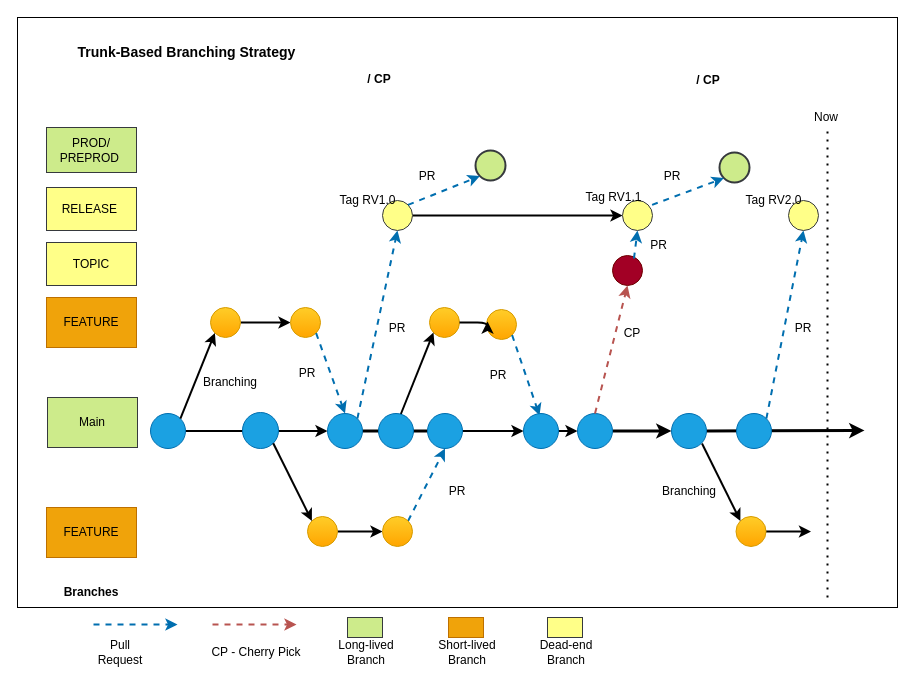
Above: trunk-base.drawio in jijeeshme/diagrams (draw.io), before the change. Source tidied: cells renumbered, new cells numbered last; positions are measured from the earlier drawing's top-left corner, leaving out a move shared by most shapes. Both pictures are drawn from the tidied source at 100%, with x=0, y=0 at pixel (17, 17).
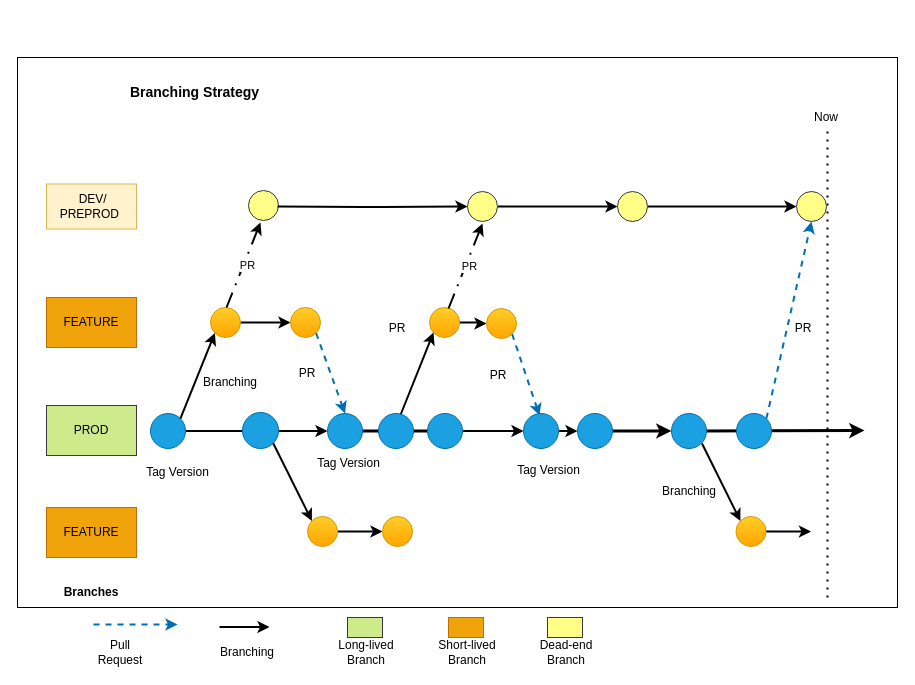
After the change.

The change refers to these unchanged cells:
```xml
<mxCell id="18" style="ellipse;whiteSpace=wrap;html=1;fillColor=#1ba1e2;fontColor=#ffffff;strokeColor=#006EAF;rounded=1;" parent="1" vertex="1">
  <mxGeometry x="410" y="396" width="35" height="35" as="geometry" />
</mxCell>
<mxCell id="22" style="ellipse;whiteSpace=wrap;html=1;fillColor=#1ba1e2;fontColor=#ffffff;strokeColor=#006EAF;rounded=1;" parent="1" vertex="1">
  <mxGeometry x="560" y="396" width="35" height="35" as="geometry" />
</mxCell>
<mxCell id="29" style="ellipse;whiteSpace=wrap;html=1;fillColor=#1ba1e2;fontColor=#ffffff;strokeColor=#006EAF;rounded=1;" parent="1" vertex="1">
  <mxGeometry x="310" y="396" width="35" height="35" as="geometry" />
</mxCell>
<mxCell id="41" style="ellipse;whiteSpace=wrap;html=1;fillColor=#ffcd28;strokeColor=#d79b00;gradientColor=#ffa500;rounded=1;" parent="1" vertex="1">
  <mxGeometry x="365" y="499" width="30" height="30" as="geometry" />
</mxCell>
<mxCell id="58" style="ellipse;whiteSpace=wrap;html=1;fillColor=#ffcd28;strokeColor=#d79b00;gradientColor=#ffa500;rounded=1;" parent="1" vertex="1">
  <mxGeometry x="412" y="290" width="30" height="30" as="geometry" />
</mxCell>
```

Diff of the diagram source:
```diff
@@
     <mxCell id="2" style="rounded=0;whiteSpace=wrap;html=1;fillColor=none;" parent="1" vertex="1">
-      <mxGeometry width="880" height="590" as="geometry" />
+      <mxGeometry y="40" width="880" height="550" as="geometry" />
     </mxCell>
@@
-    <mxCell id="7" value="Main" style="text;html=1;strokeColor=#36393d;fillColor=#cdeb8b;align=center;verticalAlign=middle;whiteSpace=wrap;rounded=0;" parent="1" vertex="1">
-      <mxGeometry x="30" y="380" width="90" height="50" as="geometry" />
+    <mxCell id="7" value="PROD" style="text;html=1;strokeColor=#36393d;fillColor=#cdeb8b;align=center;verticalAlign=middle;whiteSpace=wrap;rounded=0;" parent="1" vertex="1">
+      <mxGeometry x="29" y="388" width="90" height="50" as="geometry" />
     </mxCell>
@@
     <mxCell id="13" style="ellipse;whiteSpace=wrap;html=1;fillColor=#ffff88;strokeColor=#36393d;rounded=1;" parent="1" vertex="1">
-      <mxGeometry x="365" y="183" width="30" height="30" as="geometry" />
+      <mxGeometry x="450" y="174" width="30" height="30" as="geometry" />
     </mxCell>
@@
-    <mxCell id="15" value="RELEASE&amp;nbsp;" style="text;html=1;strokeColor=#36393d;fillColor=#ffff88;align=center;verticalAlign=middle;whiteSpace=wrap;rounded=0;" parent="1" vertex="1">
-      <mxGeometry x="29" y="170" width="90" height="43" as="geometry" />
-    </mxCell>
@@
-    <mxCell id="19" style="ellipse;whiteSpace=wrap;html=1;fillColor=#cdeb8b;strokeColor=#36393d;strokeWidth=2;rounded=1;" parent="1" vertex="1">
-      <mxGeometry x="458" y="133" width="30" height="30" as="geometry" />
-    </mxCell>
-    <mxCell id="20" value="PR" style="text;html=1;strokeColor=none;fillColor=none;align=center;verticalAlign=middle;whiteSpace=wrap;rounded=1;" parent="1" vertex="1">
-      <mxGeometry x="380" y="144" width="60" height="30" as="geometry" />
-    </mxCell>
@@
+    <mxCell id="85" style="edgeStyle=orthogonalEdgeStyle;rounded=0;jettySize=auto;html=1;strokeWidth=2;" parent="1" edge="1" source="23" target="67">
+      <mxGeometry relative="1" as="geometry" />
+    </mxCell>
     <mxCell id="23" style="ellipse;whiteSpace=wrap;html=1;fillColor=#ffff88;strokeColor=#36393d;rounded=1;" parent="1" vertex="1">
-      <mxGeometry x="605" y="183" width="30" height="30" as="geometry" />
+      <mxGeometry x="600" y="174" width="30" height="30" as="geometry" />
     </mxCell>
-    <mxCell id="24" style="endArrow=classic;html=1;rounded=1;exitX=0.5;exitY=0;exitDx=0;exitDy=0;strokeWidth=2;fillColor=#f8cecc;strokeColor=#b85450;dashed=1;entryX=0.5;entryY=1;entryDx=0;entryDy=0;" parent="1" edge="1" source="22" target="80">
-      <mxGeometry relative="1" as="geometry" />
-    </mxCell>
@@
-    <mxCell id="28" value="CP" style="text;html=1;strokeColor=none;fillColor=none;align=center;verticalAlign=middle;whiteSpace=wrap;rounded=1;" parent="1" vertex="1">
-      <mxGeometry x="600" y="301" width="30" height="30" as="geometry" />
-    </mxCell>
@@
-    <mxCell id="31" style="endArrow=classic;html=1;rounded=1;exitX=1;exitY=0;exitDx=0;exitDy=0;entryX=0.5;entryY=1;entryDx=0;entryDy=0;fillColor=#f8cecc;strokeColor=#006EAF;dashed=1;strokeWidth=2;" parent="1" edge="1" source="29" target="13">
-      <mxGeometry relative="1" as="geometry" />
-    </mxCell>
@@
-    <mxCell id="34" value="PROD/ PREPROD&amp;nbsp;" style="text;html=1;strokeColor=#36393d;fillColor=#cdeb8b;align=center;verticalAlign=middle;whiteSpace=wrap;rounded=0;" parent="1" vertex="1">
-      <mxGeometry x="29" y="110" width="90" height="45" as="geometry" />
-    </mxCell>
-    <mxCell id="35" style="endArrow=classic;html=1;rounded=1;entryX=0;entryY=1;entryDx=0;entryDy=0;exitX=1;exitY=0;exitDx=0;exitDy=0;dashed=1;fillColor=#1ba1e2;strokeColor=#006EAF;strokeWidth=2;" parent="1" edge="1" source="13" target="19">
-      <mxGeometry relative="1" as="geometry" />
-    </mxCell>
@@
-    <mxCell id="40" style="rounded=1;jettySize=auto;html=1;exitX=1;exitY=0;exitDx=0;exitDy=0;entryX=0.5;entryY=1;entryDx=0;entryDy=0;strokeWidth=2;dashed=1;fillColor=#1ba1e2;strokeColor=#006EAF;" parent="1" edge="1" source="41" target="18">
-      <mxGeometry relative="1" as="geometry" />
-    </mxCell>
@@
-    <mxCell id="42" value="PR" style="text;html=1;strokeColor=none;fillColor=none;align=center;verticalAlign=middle;whiteSpace=wrap;rounded=1;" parent="1" vertex="1">
-      <mxGeometry x="410" y="459" width="60" height="30" as="geometry" />
-    </mxCell>
-    <mxCell id="43" style="ellipse;whiteSpace=wrap;html=1;fillColor=#cdeb8b;strokeColor=#36393d;strokeWidth=2;rounded=1;" parent="1" vertex="1">
-      <mxGeometry x="702" y="135" width="30" height="30" as="geometry" />
-    </mxCell>
-    <mxCell id="44" value="PR" style="text;html=1;strokeColor=none;fillColor=none;align=center;verticalAlign=middle;whiteSpace=wrap;rounded=1;" parent="1" vertex="1">
-      <mxGeometry x="625" y="144" width="60" height="30" as="geometry" />
-    </mxCell>
-    <mxCell id="45" style="endArrow=classic;html=1;rounded=1;entryX=0;entryY=1;entryDx=0;entryDy=0;dashed=1;fillColor=#1ba1e2;strokeColor=#006EAF;strokeWidth=2;exitX=1;exitY=0;exitDx=0;exitDy=0;" parent="1" edge="1" target="43">
-      <mxGeometry relative="1" as="geometry">
-        <mxPoint x="634.6" y="187.4" as="sourcePoint" />
-      </mxGeometry>
-    </mxCell>
@@
-    <mxCell id="51" value="&lt;font style=&quot;font-size: 14px;&quot;&gt;&lt;b&gt;Trunk-Based Branching Strategy&lt;/b&gt;&lt;/font&gt;" style="text;html=1;strokeColor=none;fillColor=none;align=center;verticalAlign=middle;whiteSpace=wrap;rounded=1;" parent="1" vertex="1">
-      <mxGeometry x="36" y="20" width="267" height="30" as="geometry" />
+    <mxCell id="51" value="&lt;font style=&quot;font-size: 14px;&quot;&gt;&lt;b&gt;Branching Strategy&lt;/b&gt;&lt;/font&gt;" style="text;html=1;strokeColor=none;fillColor=none;align=center;verticalAlign=middle;whiteSpace=wrap;rounded=1;" parent="1" vertex="1">
+      <mxGeometry x="44" y="60" width="267" height="30" as="geometry" />
     </mxCell>
@@
-    <mxCell id="54" style="endArrow=classic;html=1;rounded=1;exitX=1;exitY=0;exitDx=0;exitDy=0;dashed=1;fillColor=#f8cecc;strokeColor=#b85450;strokeWidth=2;gradientColor=#ea6b66;" parent="1" edge="1">
-      <mxGeometry relative="1" as="geometry">
-        <mxPoint x="195" y="607" as="sourcePoint" />
-        <mxPoint x="279" y="607" as="targetPoint" />
-      </mxGeometry>
-    </mxCell>
-    <mxCell id="55" value="CP - Cherry Pick" style="text;html=1;strokeColor=none;fillColor=none;align=center;verticalAlign=middle;whiteSpace=wrap;rounded=1;" parent="1" vertex="1">
-      <mxGeometry x="193" y="620" width="92" height="30" as="geometry" />
-    </mxCell>
-    <mxCell id="56" value="Tag RV1.0" style="text;html=1;strokeColor=none;fillColor=none;align=center;verticalAlign=middle;whiteSpace=wrap;rounded=1;" parent="1" vertex="1">
-      <mxGeometry x="309" y="168" width="83" height="30" as="geometry" />
+    <mxCell id="56" value="Tag Version" style="text;html=1;strokeColor=none;fillColor=none;align=center;verticalAlign=middle;whiteSpace=wrap;rounded=1;" parent="1" vertex="1">
+      <mxGeometry x="119" y="440" width="83" height="30" as="geometry" />
     </mxCell>
-    <mxCell id="57" value="Tag RV1.1" style="text;html=1;strokeColor=none;fillColor=none;align=center;verticalAlign=middle;whiteSpace=wrap;rounded=1;" parent="1" vertex="1">
-      <mxGeometry x="555" y="165" width="83" height="30" as="geometry" />
-    </mxCell>
+    <mxCell id="86" style="edgeStyle=orthogonalEdgeStyle;rounded=0;jettySize=auto;html=1;strokeWidth=2;" parent="1" edge="1" source="58" target="62">
+      <mxGeometry relative="1" as="geometry" />
+    </mxCell>
@@
     <mxCell id="62" style="ellipse;whiteSpace=wrap;html=1;fillColor=#ffcd28;strokeColor=#d79b00;gradientColor=#ffa500;rounded=1;" parent="1" vertex="1">
-      <mxGeometry x="469" y="292" width="30" height="30" as="geometry" />
+      <mxGeometry x="469" y="291" width="30" height="30" as="geometry" />
     </mxCell>
@@
-    <mxCell id="64" style="edgeStyle=orthogonalEdgeStyle;rounded=1;jettySize=auto;html=1;strokeWidth=2;entryX=0.2;entryY=0.4;entryDx=0;entryDy=0;entryPerimeter=0;exitX=1;exitY=0.5;exitDx=0;exitDy=0;" parent="1" edge="1" source="58">
-      <mxGeometry relative="1" as="geometry">
-        <mxPoint x="470" y="304" as="targetPoint" />
-      </mxGeometry>
-    </mxCell>
@@
     <mxCell id="67" style="ellipse;whiteSpace=wrap;html=1;fillColor=#ffff88;strokeColor=#36393d;rounded=1;" parent="1" vertex="1">
-      <mxGeometry x="771" y="183" width="30" height="30" as="geometry" />
+      <mxGeometry x="779" y="174" width="30" height="30" as="geometry" />
     </mxCell>
@@
-    <mxCell id="71" value="Tag RV2.0" style="text;html=1;strokeColor=none;fillColor=none;align=center;verticalAlign=middle;whiteSpace=wrap;rounded=1;" parent="1" vertex="1">
-      <mxGeometry x="715" y="168" width="83" height="30" as="geometry" />
-    </mxCell>
@@
-    <mxCell id="73" value="TOPIC" style="text;html=1;strokeColor=#36393d;fillColor=#ffff88;align=center;verticalAlign=middle;whiteSpace=wrap;rounded=0;" parent="1" vertex="1">
-      <mxGeometry x="29" y="225" width="90" height="43" as="geometry" />
-    </mxCell>
@@
-    <mxCell id="80" style="ellipse;whiteSpace=wrap;html=1;fillColor=#a20025;strokeColor=#6F0000;rounded=1;fontColor=#ffffff;" parent="1" vertex="1">
-      <mxGeometry x="595" y="238" width="30" height="30" as="geometry" />
-    </mxCell>
-    <mxCell id="81" style="rounded=1;jettySize=auto;html=1;exitX=0.715;exitY=0.1;exitDx=0;exitDy=0;entryX=0.5;entryY=1;entryDx=0;entryDy=0;strokeWidth=2;dashed=1;fillColor=#1ba1e2;strokeColor=#006EAF;exitPerimeter=0;" parent="1" edge="1" source="80" target="23">
-      <mxGeometry relative="1" as="geometry" />
-    </mxCell>
-    <mxCell id="82" value="PR" style="text;html=1;strokeColor=none;fillColor=none;align=center;verticalAlign=middle;whiteSpace=wrap;rounded=1;" parent="1" vertex="1">
-      <mxGeometry x="625" y="213" width="33" height="30" as="geometry" />
-    </mxCell>
-    <mxCell id="83" value="&lt;b&gt;/ CP&lt;/b&gt;" style="text;html=1;strokeColor=none;fillColor=none;align=center;verticalAlign=middle;whiteSpace=wrap;rounded=0;" parent="1" vertex="1">
-      <mxGeometry x="332" y="47" width="60" height="30" as="geometry" />
-    </mxCell>
-    <mxCell id="84" value="&lt;b&gt;/ CP&lt;/b&gt;" style="text;html=1;strokeColor=none;fillColor=none;align=center;verticalAlign=middle;whiteSpace=wrap;rounded=0;" parent="1" vertex="1">
-      <mxGeometry x="661" y="48" width="60" height="30" as="geometry" />
-    </mxCell>
+    <mxCell id="87" value="&amp;nbsp;DEV/ PREPROD&amp;nbsp;" style="text;html=1;strokeColor=#d6b656;fillColor=#fff2cc;align=center;verticalAlign=middle;whiteSpace=wrap;rounded=0;" parent="1" vertex="1">
+      <mxGeometry x="29" y="166.5" width="90" height="45" as="geometry" />
+    </mxCell>
+    <mxCell id="88" style="ellipse;whiteSpace=wrap;html=1;fillColor=#ffff88;strokeColor=#36393d;rounded=1;" parent="1" vertex="1">
+      <mxGeometry x="231" y="173" width="30" height="30" as="geometry" />
+    </mxCell>
+    <mxCell id="89" style="endArrow=classic;html=1;rounded=1;entryX=0;entryY=1;entryDx=0;entryDy=0;exitX=1;exitY=0;exitDx=0;exitDy=0;strokeWidth=2;dashed=1;dashPattern=8 4 1 4;" parent="1" edge="1">
+      <mxGeometry relative="1" as="geometry">
+        <mxPoint x="209" y="290" as="sourcePoint" />
+        <mxPoint x="243" y="205" as="targetPoint" />
+      </mxGeometry>
+    </mxCell>
+    <mxCell id="90" value="PR" style="edgeLabel;html=1;align=center;verticalAlign=middle;" parent="89" vertex="1">
+      <mxGeometry x="0.02" y="-3" relative="1" as="geometry" />
+    </mxCell>
+    <mxCell id="91" value="Tag Version" style="text;html=1;strokeColor=none;fillColor=none;align=center;verticalAlign=middle;whiteSpace=wrap;rounded=1;" parent="1" vertex="1">
+      <mxGeometry x="290" y="431" width="83" height="30" as="geometry" />
+    </mxCell>
+    <mxCell id="92" style="edgeStyle=orthogonalEdgeStyle;rounded=1;jettySize=auto;html=1;strokeWidth=2;fillColor=#cce5ff;strokeColor=#000000;entryX=0;entryY=0.5;entryDx=0;entryDy=0;" parent="1" edge="1" target="13">
+      <mxGeometry relative="1" as="geometry">
+        <mxPoint x="260" y="189" as="sourcePoint" />
+      </mxGeometry>
+    </mxCell>
+    <mxCell id="93" style="endArrow=classic;html=1;rounded=1;entryX=0;entryY=1;entryDx=0;entryDy=0;exitX=1;exitY=0;exitDx=0;exitDy=0;strokeWidth=2;dashed=1;dashPattern=8 4 1 4;" parent="1" edge="1">
+      <mxGeometry relative="1" as="geometry">
+        <mxPoint x="431" y="291" as="sourcePoint" />
+        <mxPoint x="465" y="206" as="targetPoint" />
+      </mxGeometry>
+    </mxCell>
+    <mxCell id="94" value="PR" style="edgeLabel;html=1;align=center;verticalAlign=middle;" parent="93" vertex="1">
+      <mxGeometry x="0.02" y="-3" relative="1" as="geometry" />
+    </mxCell>
+    <mxCell id="95" style="edgeStyle=orthogonalEdgeStyle;rounded=1;orthogonalLoop=1;jettySize=auto;html=1;entryX=0;entryY=0.5;entryDx=0;entryDy=0;strokeWidth=2;" parent="1" edge="1">
+      <mxGeometry relative="1" as="geometry">
+        <mxPoint x="202" y="609.5" as="sourcePoint" />
+        <mxPoint x="252" y="609.5" as="targetPoint" />
+      </mxGeometry>
+    </mxCell>
+    <mxCell id="96" value="Branching" style="text;html=1;strokeColor=none;fillColor=none;align=center;verticalAlign=middle;whiteSpace=wrap;rounded=1;" parent="1" vertex="1">
+      <mxGeometry x="200" y="620" width="60" height="30" as="geometry" />
+    </mxCell>
+    <mxCell id="97" value="Tag Version" style="text;html=1;strokeColor=none;fillColor=none;align=center;verticalAlign=middle;whiteSpace=wrap;rounded=1;" parent="1" vertex="1">
+      <mxGeometry x="490" y="438" width="83" height="30" as="geometry" />
+    </mxCell>
```
